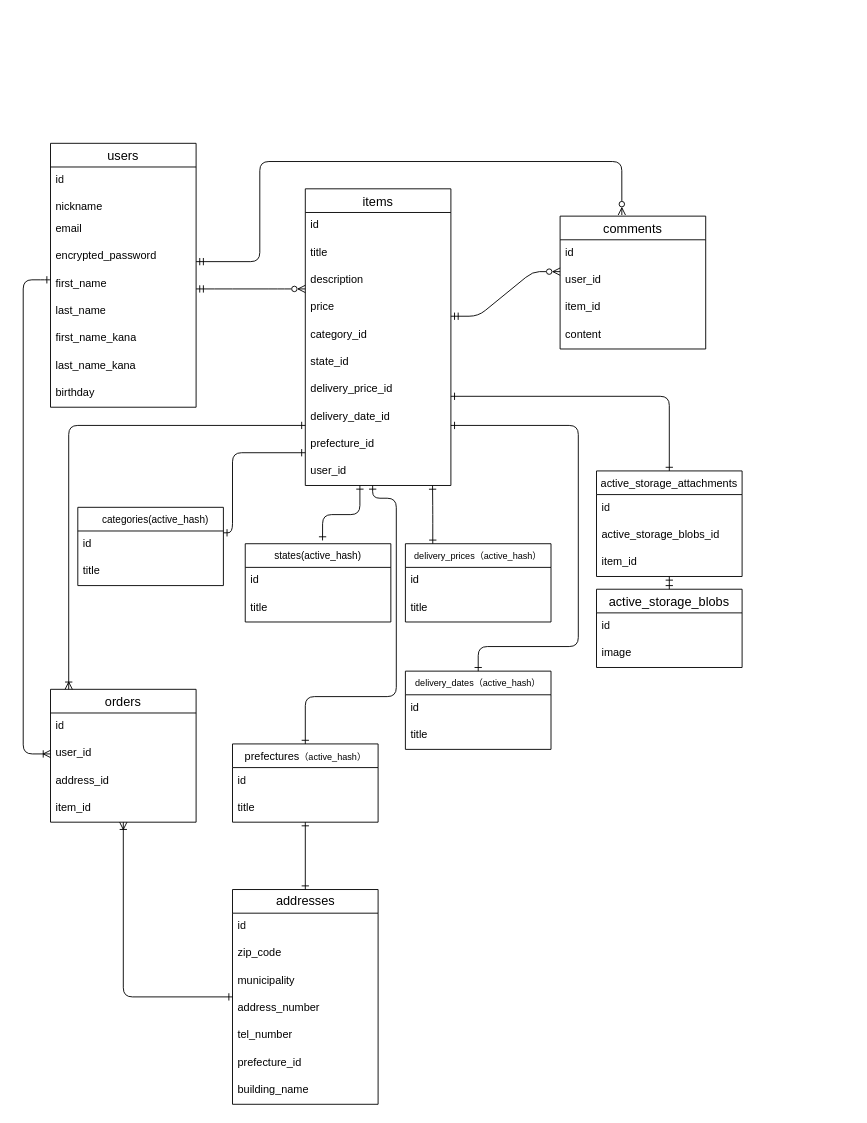
The draw.io diagram page "ページ2" (2 of 2) of db-plan.dio in tks-sugita/furima-37380, before the edit. Source tidied: cells renumbered, new cells numbered last; positions are measured from the earlier drawing's top-left corner, leaving out a move shared by most shapes. Both pictures are drawn from the tidied source at 91%, with x=0, y=0 at pixel (23, 143).
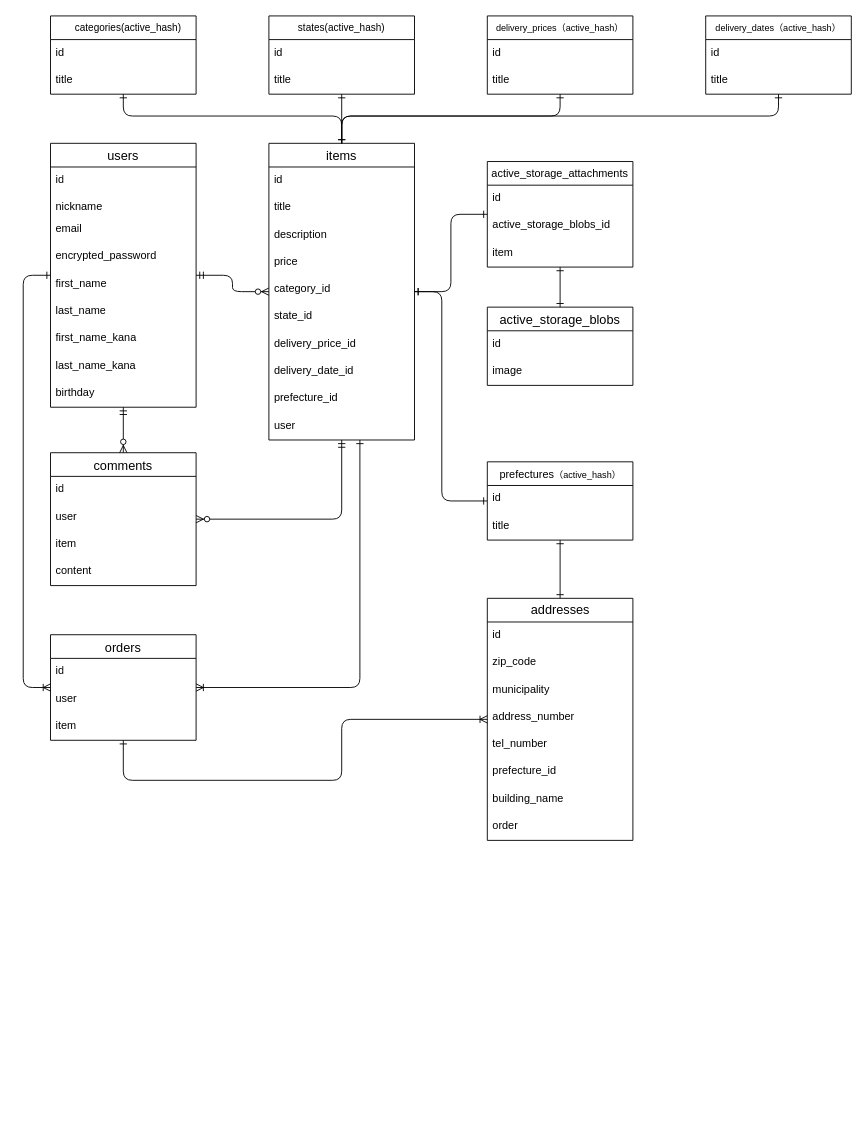
After the change.

Unchanged cells that the change refers to:
```xml
<mxCell id="2" value="users" style="swimlane;fontStyle=0;horizontal=1;startSize=26;align=center;fontSize=14;" parent="1" vertex="1">
  <mxGeometry x="30" width="160" height="290" as="geometry" />
</mxCell>
```

The edit, as a diff of the source:
```diff
@@
     <mxCell id="12" value="items" style="swimlane;fontStyle=0;horizontal=1;startSize=26;align=center;fontSize=14;" parent="1" vertex="1">
-      <mxGeometry x="310" y="50" width="160" height="326" as="geometry" />
+      <mxGeometry x="270" width="160" height="326" as="geometry" />
     </mxCell>
@@
-    <mxCell id="22" value="user_id" style="text;strokeColor=none;fillColor=none;spacingLeft=4;spacingRight=4;overflow=hidden;points=[[0,0.5],[1,0.5]];portConstraint=eastwest;fontSize=12;" parent="12" vertex="1">
+    <mxCell id="22" value="user" style="text;strokeColor=none;fillColor=none;spacingLeft=4;spacingRight=4;overflow=hidden;points=[[0,0.5],[1,0.5]];portConstraint=eastwest;fontSize=12;" parent="12" vertex="1">
       <mxGeometry y="296" width="160" height="30" as="geometry" />
     </mxCell>
     <mxCell id="23" value="comments" style="swimlane;fontStyle=0;horizontal=1;startSize=26;align=center;fontSize=14;" parent="1" vertex="1">
-      <mxGeometry x="590" y="80" width="160" height="146" as="geometry" />
+      <mxGeometry x="30" y="340" width="160" height="146" as="geometry" />
     </mxCell>
@@
-    <mxCell id="25" value="user_id" style="text;strokeColor=none;fillColor=none;spacingLeft=4;spacingRight=4;overflow=hidden;fontSize=12;" parent="23" vertex="1">
+    <mxCell id="25" value="user" style="text;strokeColor=none;fillColor=none;spacingLeft=4;spacingRight=4;overflow=hidden;fontSize=12;" parent="23" vertex="1">
       <mxGeometry y="56" width="160" height="30" as="geometry" />
     </mxCell>
-    <mxCell id="26" value="item_id" style="text;strokeColor=none;fillColor=none;spacingLeft=4;spacingRight=4;overflow=hidden;fontSize=12;" parent="23" vertex="1">
+    <mxCell id="26" value="item" style="text;strokeColor=none;fillColor=none;spacingLeft=4;spacingRight=4;overflow=hidden;fontSize=12;" parent="23" vertex="1">
       <mxGeometry y="86" width="160" height="30" as="geometry" />
     </mxCell>
@@
-    <mxCell id="28" value="orders" style="swimlane;fontStyle=0;horizontal=1;startSize=26;align=center;fontSize=14;" parent="1" vertex="1">
-      <mxGeometry x="30" y="600" width="160" height="146" as="geometry" />
-    </mxCell>
-    <mxCell id="29" value="id" style="text;strokeColor=none;fillColor=none;spacingLeft=4;spacingRight=4;overflow=hidden;fontSize=12;html=1;" parent="28" vertex="1">
-      <mxGeometry y="26" width="160" height="30" as="geometry" />
-    </mxCell>
-    <mxCell id="30" value="user_id" style="text;strokeColor=none;fillColor=none;spacingLeft=4;spacingRight=4;overflow=hidden;points=[[0,0.5],[1,0.5]];portConstraint=eastwest;fontSize=12;" parent="28" vertex="1">
-      <mxGeometry y="56" width="160" height="30" as="geometry" />
-    </mxCell>
-    <mxCell id="31" value="address_id" style="text;strokeColor=none;fillColor=none;spacingLeft=4;spacingRight=4;overflow=hidden;fontSize=12;html=1;" parent="28" vertex="1">
-      <mxGeometry y="86" width="160" height="30" as="geometry" />
-    </mxCell>
-    <mxCell id="32" value="item_id" style="text;strokeColor=none;fillColor=none;spacingLeft=4;spacingRight=4;overflow=hidden;fontSize=12;" parent="28" vertex="1">
-      <mxGeometry y="116" width="160" height="30" as="geometry" />
-    </mxCell>
     <mxCell id="33" value="　categories(active_hash)" style="swimlane;fontStyle=0;horizontal=1;startSize=26;align=center;fontSize=11;" parent="1" vertex="1">
-      <mxGeometry x="60" y="400" width="160" height="86" as="geometry" />
+      <mxGeometry x="30" y="-140" width="160" height="86" as="geometry" />
     </mxCell>
@@
-    <mxCell id="36" value="active_storage_blobs" style="swimlane;fontStyle=0;horizontal=1;startSize=26;align=center;fontSize=14;" parent="1" vertex="1">
-      <mxGeometry x="630" y="490" width="160" height="86" as="geometry" />
-    </mxCell>
-    <mxCell id="37" value="id" style="text;strokeColor=none;fillColor=none;spacingLeft=4;spacingRight=4;overflow=hidden;fontSize=12;html=1;" parent="36" vertex="1">
-      <mxGeometry y="26" width="160" height="30" as="geometry" />
-    </mxCell>
-    <mxCell id="38" value="image" style="text;strokeColor=none;fillColor=none;spacingLeft=4;spacingRight=4;overflow=hidden;fontSize=12;" parent="36" vertex="1">
-      <mxGeometry y="56" width="160" height="30" as="geometry" />
-    </mxCell>
     <mxCell id="39" value="active_storage_attachments" style="swimlane;fontStyle=0;horizontal=1;startSize=26;align=center;fontSize=12;" parent="1" vertex="1">
-      <mxGeometry x="630" y="360" width="160" height="116" as="geometry" />
+      <mxGeometry x="510" y="20" width="160" height="116" as="geometry" />
     </mxCell>
@@
-    <mxCell id="42" value="item_id" style="text;strokeColor=none;fillColor=none;spacingLeft=4;spacingRight=4;overflow=hidden;points=[[0,0.5],[1,0.5]];portConstraint=eastwest;fontSize=12;" parent="39" vertex="1">
+    <mxCell id="42" value="item" style="text;strokeColor=none;fillColor=none;spacingLeft=4;spacingRight=4;overflow=hidden;points=[[0,0.5],[1,0.5]];portConstraint=eastwest;fontSize=12;" parent="39" vertex="1">
       <mxGeometry y="86" width="160" height="30" as="geometry" />
     </mxCell>
     <mxCell id="43" value="states(active_hash)" style="swimlane;fontStyle=0;horizontal=1;startSize=26;align=center;fontSize=11;" parent="1" vertex="1">
-      <mxGeometry x="244" y="440" width="160" height="86" as="geometry" />
+      <mxGeometry x="270" y="-140" width="160" height="86" as="geometry" />
     </mxCell>
@@
     <mxCell id="46" value="delivery_prices（active_hash）" style="swimlane;fontStyle=0;horizontal=1;startSize=26;align=center;fontSize=10;" parent="1" vertex="1">
-      <mxGeometry x="420" y="440" width="160" height="86" as="geometry" />
+      <mxGeometry x="510" y="-140" width="160" height="86" as="geometry" />
     </mxCell>
@@
-    <mxCell id="49" style="edgeStyle=orthogonalEdgeStyle;fontSize=12;html=1;endArrow=ERone;endFill=1;startArrow=ERone;startFill=0;" parent="1" edge="1" source="33" target="12">
+    <mxCell id="49" style="edgeStyle=orthogonalEdgeStyle;fontSize=12;html=1;endArrow=ERone;endFill=1;startArrow=ERone;startFill=0;verticalAlign=middle;" parent="1" edge="1" source="33" target="12">
       <mxGeometry relative="1" as="geometry">
         <Array as="points">
-          <mxPoint x="230" y="428" />
-          <mxPoint x="230" y="340" />
+          <mxPoint x="110" y="-30" />
+          <mxPoint x="350" y="-30" />
         </Array>
       </mxGeometry>
     </mxCell>
-    <mxCell id="50" style="fontSize=12;html=1;endArrow=ERone;endFill=1;startArrow=ERone;startFill=0;exitX=0.531;exitY=-0.042;exitDx=0;exitDy=0;exitPerimeter=0;edgeStyle=orthogonalEdgeStyle;" parent="1" edge="1" source="43" target="12">
-      <mxGeometry relative="1" as="geometry">
-        <Array as="points">
-          <mxPoint x="329" y="408" />
-          <mxPoint x="370" y="408" />
-        </Array>
-      </mxGeometry>
+    <mxCell id="50" style="fontSize=12;html=1;endArrow=ERone;endFill=1;startArrow=ERone;startFill=0;edgeStyle=orthogonalEdgeStyle;" parent="1" edge="1" source="43" target="12">
+      <mxGeometry relative="1" as="geometry" />
     </mxCell>
-    <mxCell id="51" style="fontSize=12;html=1;endArrow=ERone;endFill=1;exitX=0.188;exitY=0;exitDx=0;exitDy=0;exitPerimeter=0;startArrow=ERone;startFill=0;entryX=0.874;entryY=1.003;entryDx=0;entryDy=0;entryPerimeter=0;edgeStyle=orthogonalEdgeStyle;" parent="1" edge="1" source="46" target="22">
-      <mxGeometry relative="1" as="geometry" />
-    </mxCell>
-    <mxCell id="52" style="edgeStyle=orthogonalEdgeStyle;fontSize=12;html=1;endArrow=ERone;endFill=0;exitX=0.5;exitY=0;exitDx=0;exitDy=0;startArrow=ERone;startFill=0;" parent="1" edge="1" source="39" target="12">
-      <mxGeometry relative="1" as="geometry">
-        <Array as="points">
-          <mxPoint x="710" y="278" />
-        </Array>
-      </mxGeometry>
-    </mxCell>
-    <mxCell id="53" style="edgeStyle=entityRelationEdgeStyle;fontSize=12;html=1;endArrow=ERzeroToMany;startArrow=ERmandOne;startFill=0;endFill=0;" parent="1" edge="1">
-      <mxGeometry relative="1" as="geometry">
-        <mxPoint x="190" y="160" as="sourcePoint" />
-        <mxPoint x="310" y="160" as="targetPoint" />
-      </mxGeometry>
-    </mxCell>
-    <mxCell id="54" style="edgeStyle=orthogonalEdgeStyle;fontSize=12;html=1;endArrow=ERzeroToMany;entryX=0.424;entryY=-0.008;entryDx=0;entryDy=0;entryPerimeter=0;startArrow=ERmandOne;startFill=0;endFill=0;" parent="1" edge="1" target="23">
-      <mxGeometry relative="1" as="geometry">
-        <mxPoint x="190" y="130" as="sourcePoint" />
-        <Array as="points">
-          <mxPoint x="260" y="130" />
-          <mxPoint x="260" y="20" />
-          <mxPoint x="658" y="20" />
-        </Array>
-      </mxGeometry>
-    </mxCell>
-    <mxCell id="55" style="edgeStyle=entityRelationEdgeStyle;fontSize=12;html=1;endArrow=ERzeroToMany;startArrow=ERmandOne;startFill=0;endFill=0;" parent="1" edge="1">
-      <mxGeometry relative="1" as="geometry">
-        <mxPoint x="470" y="190" as="sourcePoint" />
-        <mxPoint x="590" y="141" as="targetPoint" />
-      </mxGeometry>
-    </mxCell>
-    <mxCell id="56" style="edgeStyle=orthogonalEdgeStyle;fontSize=12;html=1;endArrow=ERoneToMany;entryX=0;entryY=0.5;entryDx=0;entryDy=0;startArrow=ERone;startFill=0;" parent="1" edge="1" target="30">
-      <mxGeometry relative="1" as="geometry">
-        <mxPoint x="30" y="150" as="sourcePoint" />
-        <Array as="points">
-          <mxPoint x="29" y="150" />
-          <mxPoint y="150" />
-          <mxPoint y="641" />
-        </Array>
-      </mxGeometry>
-    </mxCell>
-    <mxCell id="57" style="edgeStyle=orthogonalEdgeStyle;fontSize=12;html=1;endArrow=ERoneToMany;startArrow=ERone;startFill=0;" parent="1" edge="1" source="12" target="28">
-      <mxGeometry relative="1" as="geometry">
-        <Array as="points">
-          <mxPoint x="50" y="310" />
-        </Array>
-      </mxGeometry>
-    </mxCell>
-    <mxCell id="58" style="fontSize=12;html=1;endArrow=ERone;startArrow=ERone;startFill=0;endFill=0;" parent="1" edge="1" source="36" target="42">
-      <mxGeometry relative="1" as="geometry" />
-    </mxCell>
-    <mxCell id="59" value="&lt;span style=&quot;font-size: 12px ; text-align: left&quot;&gt;prefectures&lt;/span&gt;&lt;span style=&quot;font-size: 10px&quot;&gt;（active_hash）&lt;/span&gt;" style="swimlane;fontStyle=0;horizontal=1;startSize=26;align=center;fontSize=14;html=1;" parent="1" vertex="1">
-      <mxGeometry x="230" y="660" width="160" height="86" as="geometry" />
-    </mxCell>
-    <mxCell id="60" value="id" style="text;strokeColor=none;fillColor=none;spacingLeft=4;spacingRight=4;overflow=hidden;fontSize=12;html=1;" parent="59" vertex="1">
-      <mxGeometry y="26" width="160" height="30" as="geometry" />
-    </mxCell>
-    <mxCell id="61" value="title" style="text;strokeColor=none;fillColor=none;spacingLeft=4;spacingRight=4;overflow=hidden;fontSize=12;html=1;" parent="59" vertex="1">
-      <mxGeometry y="56" width="160" height="30" as="geometry" />
-    </mxCell>
     <mxCell id="62" value="delivery_dates（active_hash）" style="swimlane;fontStyle=0;horizontal=1;startSize=26;align=center;fontSize=10;" parent="1" vertex="1">
-      <mxGeometry x="420" y="580" width="160" height="86" as="geometry" />
+      <mxGeometry x="750" y="-140" width="160" height="86" as="geometry" />
     </mxCell>
@@
-    <mxCell id="65" style="edgeStyle=orthogonalEdgeStyle;fontSize=12;html=1;endArrow=ERone;endFill=1;startArrow=ERone;startFill=0;" parent="1" edge="1" source="59" target="12">
-      <mxGeometry relative="1" as="geometry">
-        <Array as="points">
-          <mxPoint x="310" y="608" />
-          <mxPoint x="410" y="608" />
-          <mxPoint x="410" y="390" />
-          <mxPoint x="384" y="390" />
-        </Array>
-      </mxGeometry>
-    </mxCell>
-    <mxCell id="66" style="edgeStyle=orthogonalEdgeStyle;fontSize=12;html=1;endArrow=ERone;endFill=1;startArrow=ERone;startFill=0;" parent="1" edge="1" source="62" target="12">
-      <mxGeometry relative="1" as="geometry">
-        <Array as="points">
-          <mxPoint x="610" y="553" />
-          <mxPoint x="610" y="310" />
-        </Array>
-      </mxGeometry>
-    </mxCell>
     <mxCell id="67" value="addresses" style="swimlane;fontStyle=0;horizontal=1;startSize=26;align=center;fontSize=14;html=1;" parent="1" vertex="1">
-      <mxGeometry x="230" y="820" width="160" height="236" as="geometry" />
+      <mxGeometry x="510" y="500" width="160" height="266" as="geometry" />
     </mxCell>
@@
+    <mxCell id="77" value="order" style="text;strokeColor=none;fillColor=none;spacingLeft=4;spacingRight=4;overflow=hidden;fontSize=12;html=1;" parent="67" vertex="1">
+      <mxGeometry y="236" width="160" height="30" as="geometry" />
+    </mxCell>
+    <mxCell id="28" value="orders" style="swimlane;fontStyle=0;horizontal=1;startSize=26;align=center;fontSize=14;" parent="1" vertex="1">
+      <mxGeometry x="30" y="540" width="160" height="116" as="geometry" />
+    </mxCell>
+    <mxCell id="29" value="id" style="text;strokeColor=none;fillColor=none;spacingLeft=4;spacingRight=4;overflow=hidden;fontSize=12;html=1;" parent="28" vertex="1">
+      <mxGeometry y="26" width="160" height="30" as="geometry" />
+    </mxCell>
+    <mxCell id="30" value="user" style="text;strokeColor=none;fillColor=none;spacingLeft=4;spacingRight=4;overflow=hidden;points=[[0,0.5],[1,0.5]];portConstraint=eastwest;fontSize=12;" parent="28" vertex="1">
+      <mxGeometry y="56" width="160" height="30" as="geometry" />
+    </mxCell>
+    <mxCell id="32" value="item" style="text;strokeColor=none;fillColor=none;spacingLeft=4;spacingRight=4;overflow=hidden;fontSize=12;" parent="28" vertex="1">
+      <mxGeometry y="86" width="160" height="30" as="geometry" />
+    </mxCell>
+    <mxCell id="59" value="&lt;span style=&quot;font-size: 12px ; text-align: left&quot;&gt;prefectures&lt;/span&gt;&lt;span style=&quot;font-size: 10px&quot;&gt;（active_hash）&lt;/span&gt;" style="swimlane;fontStyle=0;horizontal=1;startSize=26;align=center;fontSize=14;html=1;" parent="1" vertex="1">
+      <mxGeometry x="510" y="350" width="160" height="86" as="geometry" />
+    </mxCell>
+    <mxCell id="60" value="id" style="text;strokeColor=none;fillColor=none;spacingLeft=4;spacingRight=4;overflow=hidden;fontSize=12;html=1;" parent="59" vertex="1">
+      <mxGeometry y="26" width="160" height="30" as="geometry" />
+    </mxCell>
+    <mxCell id="61" value="title" style="text;strokeColor=none;fillColor=none;spacingLeft=4;spacingRight=4;overflow=hidden;fontSize=12;html=1;" parent="59" vertex="1">
+      <mxGeometry y="56" width="160" height="30" as="geometry" />
+    </mxCell>
+    <mxCell id="36" value="active_storage_blobs" style="swimlane;fontStyle=0;horizontal=1;startSize=26;align=center;fontSize=14;" parent="1" vertex="1">
+      <mxGeometry x="510" y="180" width="160" height="86" as="geometry" />
+    </mxCell>
+    <mxCell id="37" value="id" style="text;strokeColor=none;fillColor=none;spacingLeft=4;spacingRight=4;overflow=hidden;fontSize=12;html=1;" parent="36" vertex="1">
+      <mxGeometry y="26" width="160" height="30" as="geometry" />
+    </mxCell>
+    <mxCell id="38" value="image" style="text;strokeColor=none;fillColor=none;spacingLeft=4;spacingRight=4;overflow=hidden;fontSize=12;" parent="36" vertex="1">
+      <mxGeometry y="56" width="160" height="30" as="geometry" />
+    </mxCell>
+    <mxCell id="78" style="edgeStyle=orthogonalEdgeStyle;fontSize=12;html=1;endArrow=ERone;endFill=1;" parent="1" edge="1" source="12" target="46">
+      <mxGeometry relative="1" as="geometry">
+        <Array as="points">
+          <mxPoint x="350" y="-30" />
+          <mxPoint x="590" y="-30" />
+        </Array>
+      </mxGeometry>
+    </mxCell>
+    <mxCell id="79" style="edgeStyle=orthogonalEdgeStyle;fontSize=12;html=1;endArrow=ERone;endFill=1;" parent="1" edge="1" source="12" target="62">
+      <mxGeometry relative="1" as="geometry">
+        <Array as="points">
+          <mxPoint x="350" y="-30" />
+          <mxPoint x="830" y="-30" />
+        </Array>
+      </mxGeometry>
+    </mxCell>
+    <mxCell id="80" style="fontSize=12;html=1;endArrow=ERone;endFill=1;edgeStyle=orthogonalEdgeStyle;startArrow=ERone;startFill=0;" parent="1" edge="1" source="12" target="39">
+      <mxGeometry relative="1" as="geometry" />
+    </mxCell>
+    <mxCell id="81" style="edgeStyle=orthogonalEdgeStyle;html=1;fontSize=12;startArrow=ERone;startFill=0;endArrow=ERone;endFill=0;" parent="1" edge="1" source="36" target="39">
+      <mxGeometry relative="1" as="geometry" />
+    </mxCell>
@@
-    <mxCell id="76" style="edgeStyle=orthogonalEdgeStyle;fontSize=12;html=1;endArrow=ERoneToMany;endFill=0;startArrow=ERone;startFill=0;" parent="1" edge="1" source="67" target="28">
-      <mxGeometry relative="1" as="geometry" />
-    </mxCell>
+    <mxCell id="82" style="fontSize=12;html=1;endArrow=ERzeroToMany;startArrow=ERmandOne;edgeStyle=elbowEdgeStyle;" parent="1" edge="1" source="2" target="12">
+      <mxGeometry relative="1" as="geometry" />
+    </mxCell>
+    <mxCell id="83" style="fontSize=12;html=1;endArrow=ERzeroToMany;startArrow=ERmandOne;" parent="1" edge="1" source="2" target="23">
+      <mxGeometry relative="1" as="geometry" />
+    </mxCell>
+    <mxCell id="84" style="edgeStyle=orthogonalEdgeStyle;fontSize=12;html=1;endArrow=ERzeroToMany;startArrow=ERmandOne;" parent="1" edge="1" source="12" target="23">
+      <mxGeometry relative="1" as="geometry">
+        <Array as="points">
+          <mxPoint x="350" y="413" />
+        </Array>
+      </mxGeometry>
+    </mxCell>
+    <mxCell id="85" style="edgeStyle=orthogonalEdgeStyle;fontSize=12;html=1;endArrow=ERoneToMany;startArrow=ERone;startFill=0;" parent="1" edge="1" source="2" target="28">
+      <mxGeometry relative="1" as="geometry">
+        <Array as="points">
+          <mxPoint y="145" />
+          <mxPoint y="598" />
+        </Array>
+      </mxGeometry>
+    </mxCell>
+    <mxCell id="57" style="edgeStyle=orthogonalEdgeStyle;fontSize=12;html=1;endArrow=ERoneToMany;startArrow=ERone;startFill=0;" parent="1" edge="1" source="12" target="28">
+      <mxGeometry relative="1" as="geometry">
+        <Array as="points">
+          <mxPoint x="370" y="598" />
+        </Array>
+      </mxGeometry>
+    </mxCell>
+    <mxCell id="86" style="edgeStyle=orthogonalEdgeStyle;fontSize=12;html=1;endArrow=ERoneToMany;startArrow=ERone;startFill=0;" parent="1" edge="1" source="28" target="67">
+      <mxGeometry relative="1" as="geometry">
+        <Array as="points">
+          <mxPoint x="110" y="700" />
+          <mxPoint x="350" y="700" />
+          <mxPoint x="350" y="633" />
+        </Array>
+      </mxGeometry>
+    </mxCell>
+    <mxCell id="65" style="edgeStyle=orthogonalEdgeStyle;fontSize=12;html=1;endArrow=ERone;endFill=1;startArrow=ERone;startFill=0;" parent="1" edge="1" source="59" target="12">
+      <mxGeometry relative="1" as="geometry">
+        <Array as="points">
+          <mxPoint x="460" y="393" />
+          <mxPoint x="460" y="163" />
+        </Array>
+      </mxGeometry>
+    </mxCell>
```
